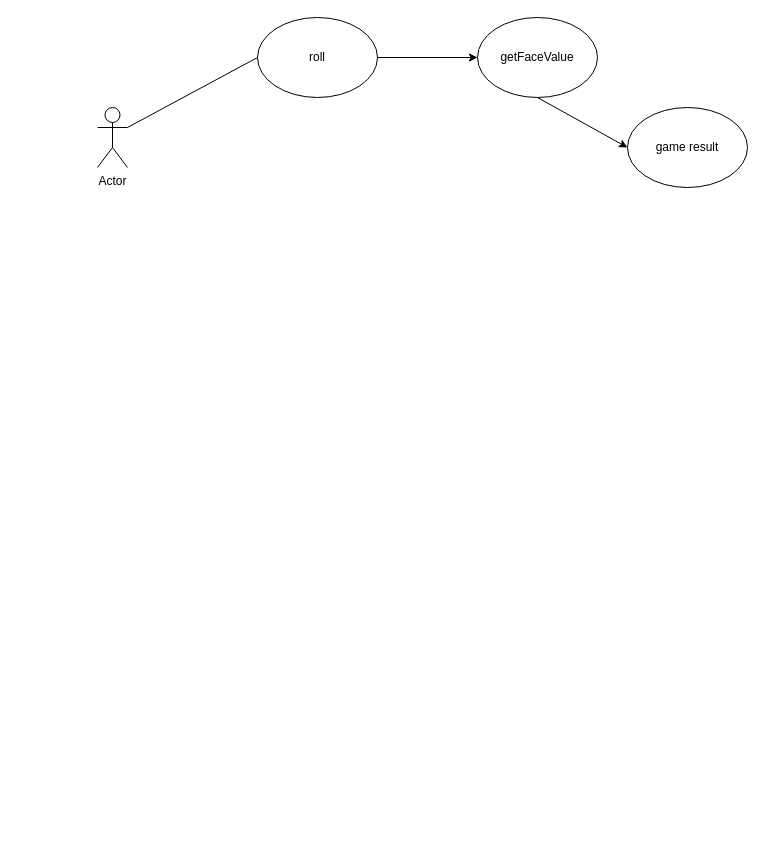
This is week3.drawio from huajiaoxiaocao/text, a draw.io file, before an edit. Source tidied: cells renumbered, new cells numbered last; positions are measured from the earlier drawing's top-left corner, leaving out a move shared by most shapes. Both pictures are drawn from the tidied source at 100%, with x=0, y=0 at pixel (97, 17).
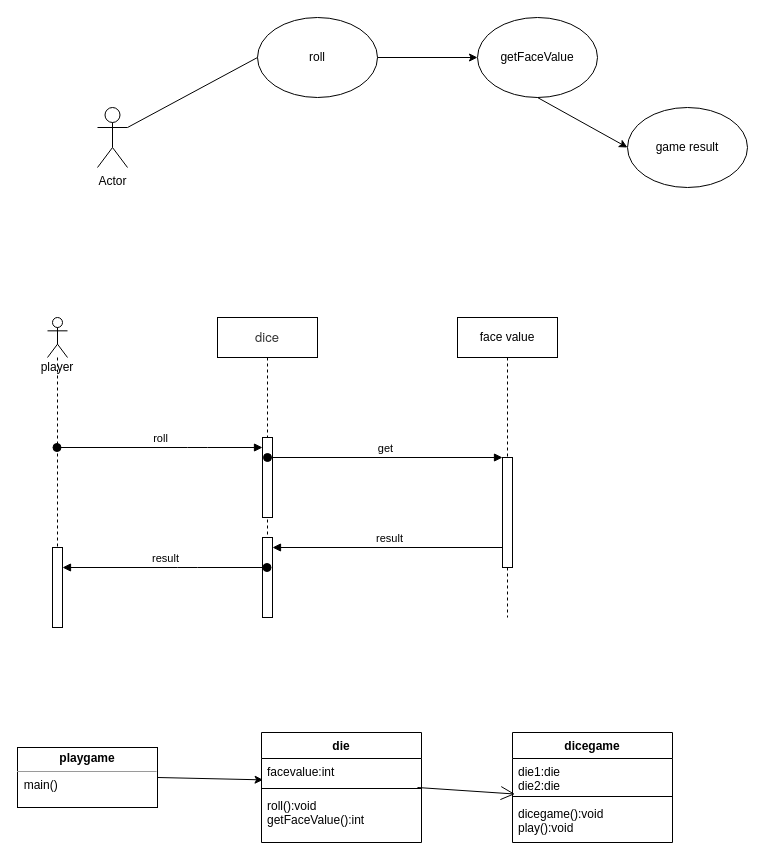
The same page after the edit.

What changed in the source:
```diff
@@
+    <mxCell id="9" value="&lt;div&gt;&lt;span style=&quot;font-size: 13px&quot;&gt;&lt;font color=&quot;#333333&quot; face=&quot;Helvetica Neue, Helvetica, Arial, Hiragino Sans GB, Hiragino Sans GB W3, Microsoft YaHei UI, Microsoft YaHei, sans-serif&quot;&gt;dice&lt;/font&gt;&lt;/span&gt;&lt;/div&gt;" style="shape=umlLifeline;perimeter=lifelinePerimeter;whiteSpace=wrap;html=1;outlineConnect=0;" parent="1" vertex="1">
+      <mxGeometry x="120" y="300" width="100" height="300" as="geometry" />
+    </mxCell>
+    <mxCell id="10" style="html=1;points=[];perimeter=orthogonalPerimeter;" parent="9" vertex="1">
+      <mxGeometry x="45" y="120" width="10" height="80" as="geometry" />
+    </mxCell>
+    <mxCell id="11" style="html=1;points=[];perimeter=orthogonalPerimeter;" parent="9" vertex="1">
+      <mxGeometry x="45" y="220" width="10" height="80" as="geometry" />
+    </mxCell>
+    <mxCell id="12" value="result" style="html=1;verticalAlign=bottom;startArrow=oval;endArrow=block;startSize=8;" parent="9" edge="1" target="11">
+      <mxGeometry relative="1" as="geometry">
+        <mxPoint x="290" y="230" as="sourcePoint" />
+      </mxGeometry>
+    </mxCell>
+    <mxCell id="13" value="player" style="shape=umlLifeline;participant=umlActor;perimeter=lifelinePerimeter;whiteSpace=wrap;html=1;verticalAlign=top;spacingTop=36;outlineConnect=0;" parent="1" vertex="1">
+      <mxGeometry x="-50" y="300" width="20" height="310" as="geometry" />
+    </mxCell>
+    <mxCell id="14" style="html=1;points=[];perimeter=orthogonalPerimeter;" parent="13" vertex="1">
+      <mxGeometry x="5" y="230" width="10" height="80" as="geometry" />
+    </mxCell>
+    <mxCell id="15" value="face value" style="shape=umlLifeline;perimeter=lifelinePerimeter;whiteSpace=wrap;html=1;" parent="1" vertex="1">
+      <mxGeometry x="360" y="300" width="100" height="300" as="geometry" />
+    </mxCell>
+    <mxCell id="16" style="html=1;points=[];perimeter=orthogonalPerimeter;" parent="15" vertex="1">
+      <mxGeometry x="45" y="140" width="10" height="110" as="geometry" />
+    </mxCell>
+    <mxCell id="17" value="get" style="html=1;verticalAlign=bottom;startArrow=oval;endArrow=block;startSize=8;" parent="15" edge="1" target="16">
+      <mxGeometry relative="1" as="geometry">
+        <mxPoint x="-190" y="140" as="sourcePoint" />
+      </mxGeometry>
+    </mxCell>
+    <mxCell id="18" value="roll" style="html=1;verticalAlign=bottom;startArrow=oval;endArrow=block;startSize=8;" parent="1" edge="1" source="13" target="10">
+      <mxGeometry relative="1" as="geometry">
+        <Array as="points">
+          <mxPoint x="100" y="430" />
+        </Array>
+      </mxGeometry>
+    </mxCell>
+    <mxCell id="19" value="result" style="html=1;verticalAlign=bottom;startArrow=oval;endArrow=block;startSize=8;" parent="1" edge="1" source="9" target="14">
+      <mxGeometry relative="1" as="geometry">
+        <Array as="points">
+          <mxPoint x="90" y="550" />
+        </Array>
+      </mxGeometry>
+    </mxCell>
+    <mxCell id="20" style="edgeStyle=none;rounded=0;jettySize=auto;html=1;exitX=1;exitY=0.5;exitDx=0;exitDy=0;entryX=0.01;entryY=0.822;entryDx=0;entryDy=0;entryPerimeter=0;" parent="1" edge="1" source="21" target="23">
+      <mxGeometry relative="1" as="geometry" />
+    </mxCell>
+    <mxCell id="21" value="&lt;p style=&quot;margin: 0px ; margin-top: 4px ; text-align: center&quot;&gt;&lt;b&gt;playgame&lt;/b&gt;&lt;/p&gt;&lt;hr size=&quot;1&quot;&gt;&lt;div style=&quot;height: 2px&quot;&gt;&lt;span style=&quot;white-space: pre&quot;&gt; &lt;/span&gt;&lt;span style=&quot;white-space: pre&quot;&gt; &lt;/span&gt;main()&lt;/div&gt;" style="verticalAlign=top;align=left;overflow=fill;fontSize=12;fontFamily=Helvetica;html=1;" parent="1" vertex="1">
+      <mxGeometry x="-80" y="730" width="140" height="60" as="geometry" />
+    </mxCell>
+    <mxCell id="22" value="die" style="swimlane;fontStyle=1;align=center;verticalAlign=top;horizontal=1;startSize=26;" parent="1" vertex="1">
+      <mxGeometry x="164" y="715" width="160" height="110" as="geometry" />
+    </mxCell>
+    <mxCell id="23" value="facevalue:int" style="text;strokeColor=none;fillColor=none;align=left;verticalAlign=top;spacingLeft=4;spacingRight=4;overflow=hidden;points=[[0,0.5],[1,0.5]];portConstraint=eastwest;" parent="22" vertex="1">
+      <mxGeometry y="26" width="160" height="26" as="geometry" />
+    </mxCell>
+    <mxCell id="24" style="endArrow=open;endFill=1;endSize=12;html=1;entryX=0.015;entryY=1.045;entryDx=0;entryDy=0;entryPerimeter=0;" parent="22" edge="1" target="28">
+      <mxGeometry relative="1" as="geometry">
+        <mxPoint x="156" y="55" as="sourcePoint" />
+      </mxGeometry>
+    </mxCell>
+    <mxCell id="25" style="line;strokeWidth=1;fillColor=none;align=left;verticalAlign=middle;spacingTop=-1;spacingLeft=3;spacingRight=3;labelPosition=right;" parent="22" vertex="1">
+      <mxGeometry y="52" width="160" height="8" as="geometry" />
+    </mxCell>
+    <mxCell id="26" value="roll():void&#10;getFaceValue():int" style="text;strokeColor=none;fillColor=none;align=left;verticalAlign=top;spacingLeft=4;spacingRight=4;overflow=hidden;" parent="22" vertex="1">
+      <mxGeometry y="60" width="160" height="50" as="geometry" />
+    </mxCell>
+    <mxCell id="27" value="dicegame" style="swimlane;fontStyle=1;align=center;verticalAlign=top;horizontal=1;startSize=26;" parent="1" vertex="1">
+      <mxGeometry x="415" y="715" width="160" height="110" as="geometry" />
+    </mxCell>
+    <mxCell id="28" value="die1:die&#10;die2:die" style="text;strokeColor=none;fillColor=none;align=left;verticalAlign=top;spacingLeft=4;spacingRight=4;overflow=hidden;points=[[0,0.5],[1,0.5]];portConstraint=eastwest;" parent="27" vertex="1">
+      <mxGeometry y="26" width="160" height="34" as="geometry" />
+    </mxCell>
+    <mxCell id="29" style="line;strokeWidth=1;fillColor=none;align=left;verticalAlign=middle;spacingTop=-1;spacingLeft=3;spacingRight=3;labelPosition=right;" parent="27" vertex="1">
+      <mxGeometry y="60" width="160" height="8" as="geometry" />
+    </mxCell>
+    <mxCell id="30" value="dicegame():void&#10;play():void" style="text;strokeColor=none;fillColor=none;align=left;verticalAlign=top;spacingLeft=4;spacingRight=4;overflow=hidden;" parent="27" vertex="1">
+      <mxGeometry y="68" width="160" height="42" as="geometry" />
+    </mxCell>
```
